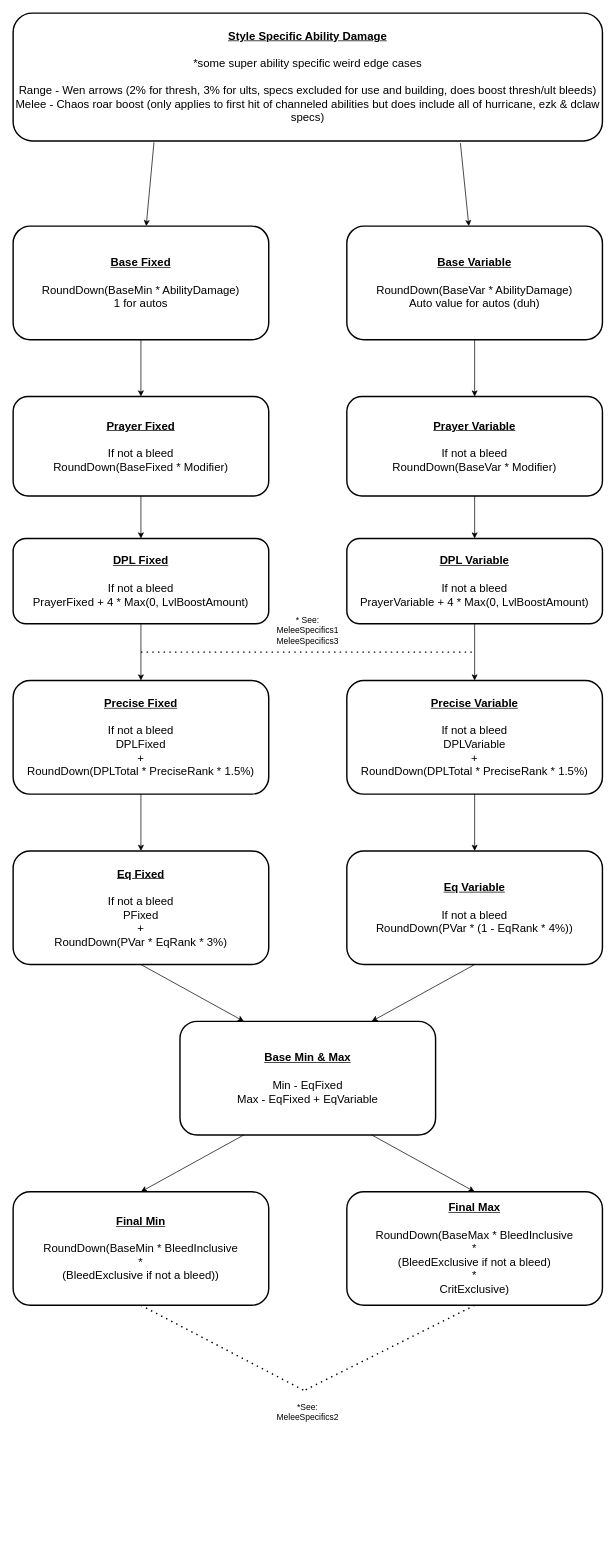
Earlier version of the draw.io diagram page "DamageCalcFlow" (3 of 6) of RS3BossingLogDiagrams/AbilityTab/AbililtyFlowDiagrams.drawio (Xau-Tech/RuneScapeBossLogTool). Source tidied: cells renumbered, new cells numbered last; positions are measured from the earlier drawing's top-left corner, leaving out a move shared by most shapes. Both pictures are drawn from the tidied source at 71%, with x=0, y=0 at pixel (13, 13).
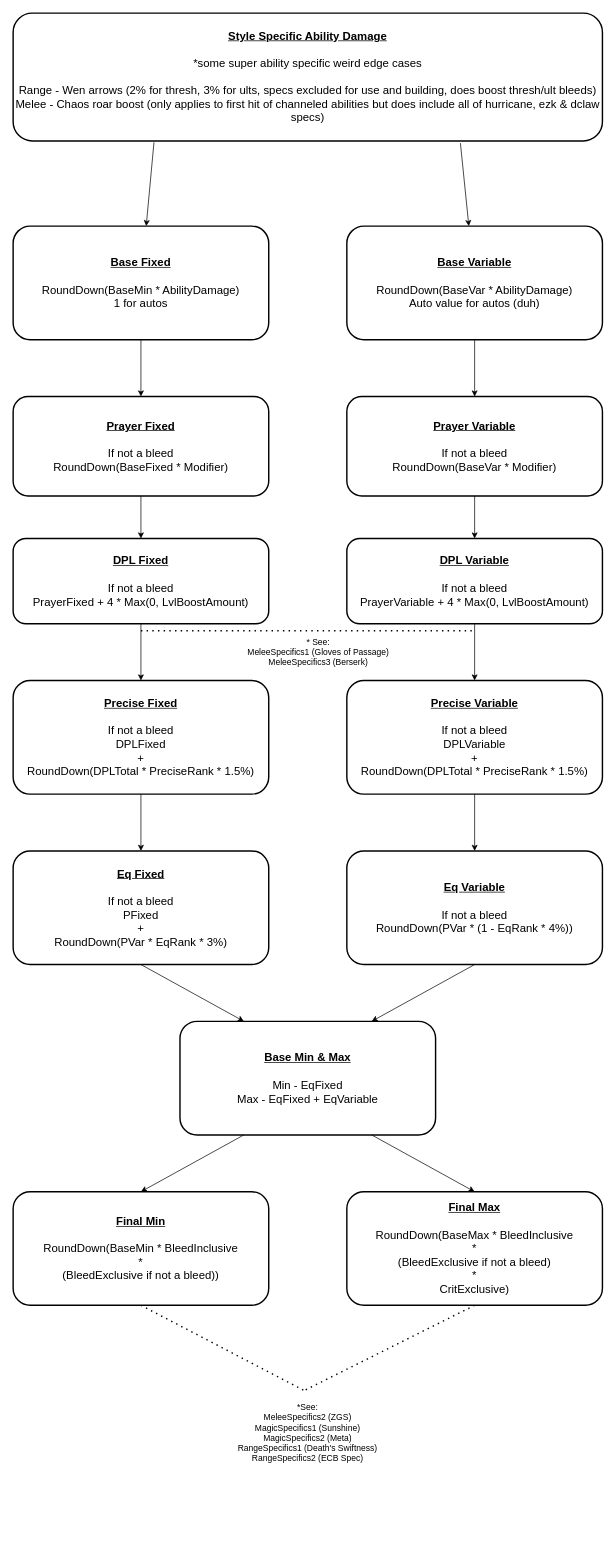
Above is the later version.

Diff of the diagram source:
```diff
@@
     <mxCell id="30" style="endArrow=none;dashed=1;html=1;dashPattern=1 3;strokeWidth=2;rounded=0;" parent="1" edge="1">
       <mxGeometry relative="1" as="geometry">
-        <mxPoint x="180" y="900" as="sourcePoint" />
-        <mxPoint x="650" y="900" as="targetPoint" />
+        <mxPoint x="180" y="870" as="sourcePoint" />
+        <mxPoint x="650" y="870" as="targetPoint" />
       </mxGeometry>
     </mxCell>
-    <mxCell id="31" value="* See: MeleeSpecifics1&lt;br&gt;MeleeSpecifics3" style="text;html=1;strokeColor=none;fillColor=none;align=center;verticalAlign=middle;whiteSpace=wrap;rounded=0;" parent="1" vertex="1">
-      <mxGeometry x="360" y="840" width="110" height="60" as="geometry" />
+    <mxCell id="31" value="* See: &lt;br&gt;MeleeSpecifics1 (Gloves of Passage)&lt;br&gt;MeleeSpecifics3 (Berserk)" style="text;html=1;strokeColor=none;fillColor=none;align=center;verticalAlign=middle;whiteSpace=wrap;rounded=0;" parent="1" vertex="1">
+      <mxGeometry x="270" y="860" width="320" height="80" as="geometry" />
     </mxCell>
@@
-    <mxCell id="34" value="*See:&lt;br&gt;MeleeSpecifics2" style="text;html=1;strokeColor=none;fillColor=none;align=center;verticalAlign=top;whiteSpace=wrap;rounded=0;labelPosition=center;verticalLabelPosition=middle;" parent="1" vertex="1">
+    <mxCell id="34" value="*See:&lt;br&gt;MeleeSpecifics2 (ZGS)&lt;br&gt;MagicSpecifics1 (Sunshine)&lt;br&gt;MagicSpecifics2 (Meta)&lt;br&gt;RangeSpecifics1 (Death's Swiftness)&lt;br&gt;RangeSpecifics2 (ECB Spec)" style="text;html=1;strokeColor=none;fillColor=none;align=center;verticalAlign=top;whiteSpace=wrap;rounded=0;labelPosition=center;verticalLabelPosition=middle;" parent="1" vertex="1">
       <mxGeometry y="1950" width="830" height="220" as="geometry" />
     </mxCell>
```
